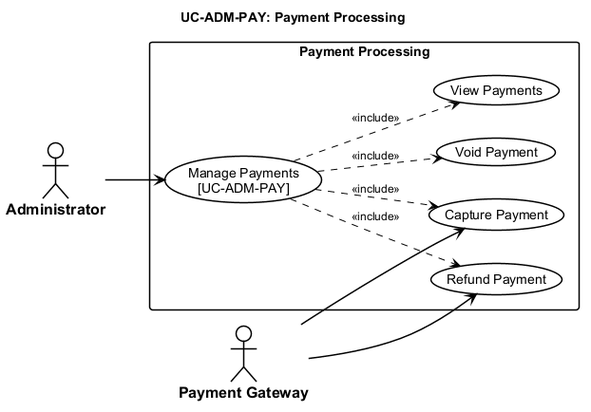
The PlantUML diagram thesis/figures/chapters/part2/ch2-design/02-use-cases/diagrams/P2S2.2.2_usecase-admin-payment-processing.png in qingfa-dev/ReSys.Shop, before a commit.
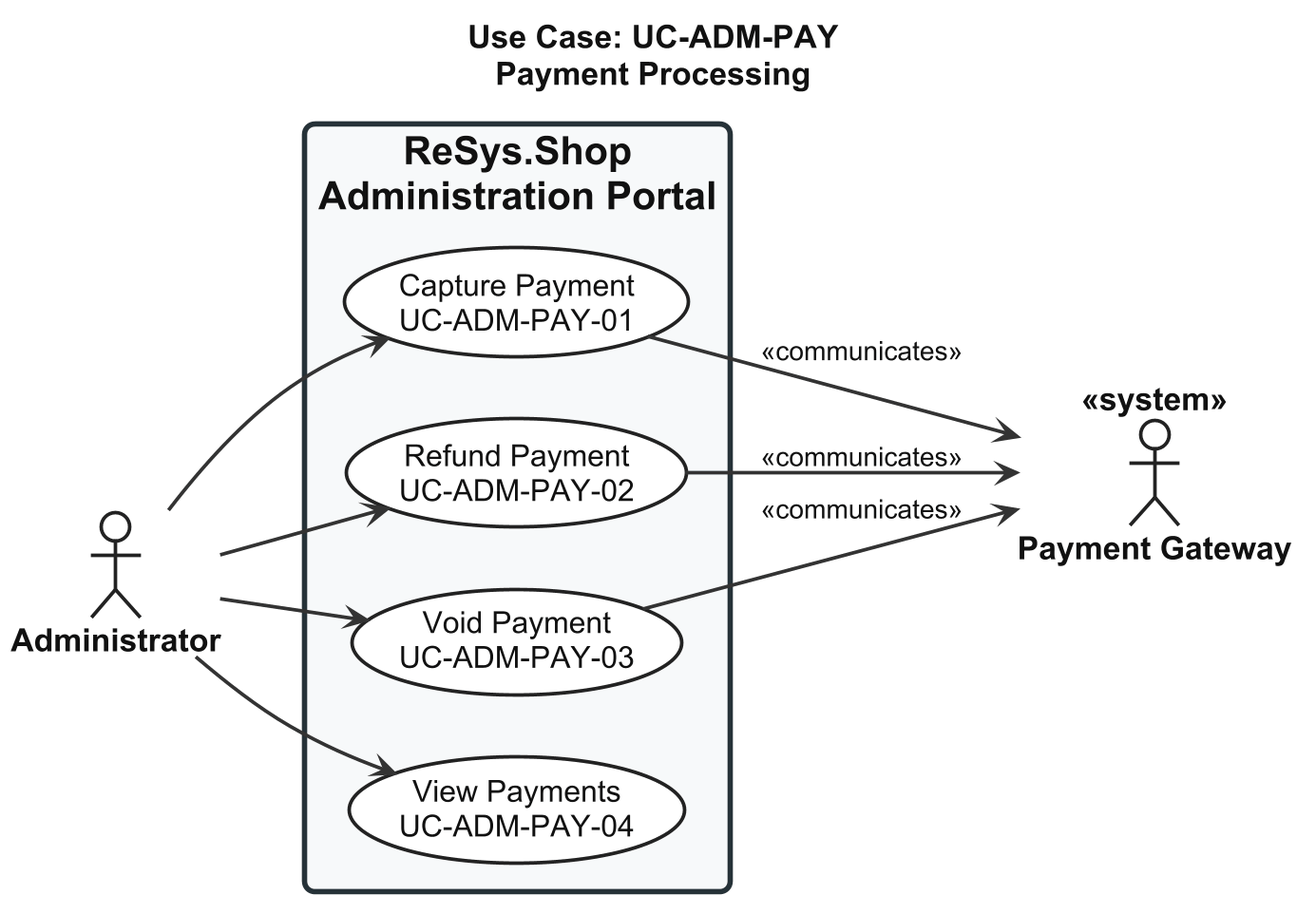
Above is the later version.

The edit, as a diff of the source:
```diff
@@ -1,58 +1,85 @@
 @startuml usecase-admin-payment-processing
+
 left to right direction
 
+skinparam shadowing false
+skinparam dpi 180
+
 <style>
-  root {
-    FontName "Arial"
-    FontSize 14
-    Shadowing 0
-  }
-  actor {
-    BackGroundColor #FFFFFF
-    LineColor #000000
-    LineThickness 1.5
-    FontColor #000000
-    FontStyle bold
-    FontSize 16
-  }
-  usecase {
-    BackGroundColor #FFFFFF
-    LineColor #000000
-    LineThickness 1.5
-    FontColor #000000
-  }
-  rectangle {
-    BackGroundColor #FFFFFF
-    LineColor #000000
-    LineThickness 1.5
-    FontStyle bold
-  }
-  arrow {
-    LineColor #000000
-    LineThickness 1.5
-    FontSize 12
-  }
+
+root {
+  FontName "Arial"
+  FontSize 18
+  FontColor #111111
+}
+
+actor {
+  FontName "Arial"
+  FontSize 18
+  FontStyle bold
+  FontColor #111111
+  BackgroundColor #FFFFFF
+  LineColor #222222
+  LineThickness 2
+}
+
+usecase {
+  FontName "Arial"
+  FontSize 17
+  FontColor #111111
+  FontStyle plain
+  BackgroundColor #FFFFFF
+  LineColor #222222
+  LineThickness 2
+  Padding 18
+}
+
+rectangle {
+  FontName "Arial"
+  FontSize 22
+  FontStyle bold
+  FontColor #111111
+  BackgroundColor #F7F9FA
+  LineColor #263238
+  LineThickness 3
+  RoundCorner 12
+  Padding 30
+}
+
+arrow {
+  FontName "Arial"
+  FontSize 15
+  FontColor #111111
+  LineColor #333333
+  LineThickness 2
+}
+
 </style>
-title UC-ADM-PAY: Payment Processing
+
+title Use Case: UC-ADM-PAY\nPayment Processing
 
 actor "Administrator" as Admin
-actor "Payment Gateway" as GW
+actor "Payment Gateway" as Gateway <<system>>
 
-rectangle "Payment Processing" {
-  usecase "Manage Payments\n[UC-ADM-PAY]" as UC_MAIN
-  usecase "Capture Payment" as UC_SUB_1
-  usecase "Refund Payment" as UC_SUB_2
-  usecase "Void Payment" as UC_SUB_3
-  usecase "View Payments" as UC_SUB_4
+rectangle "ReSys.Shop\nAdministration Portal" {
 
-  UC_MAIN ..> UC_SUB_1 : <<include>>
-  UC_MAIN ..> UC_SUB_2 : <<include>>
-  UC_MAIN ..> UC_SUB_3 : <<include>>
-  UC_MAIN ..> UC_SUB_4 : <<include>>
+  usecase "Capture Payment\nUC-ADM-PAY-01" as UC_CAPTURE
+
+  usecase "Refund Payment\nUC-ADM-PAY-02" as UC_REFUND
+
+  usecase "Void Payment\nUC-ADM-PAY-03" as UC_VOID
+
+  usecase "View Payments\nUC-ADM-PAY-04" as UC_VIEW
+
 }
 
-Admin --> UC_MAIN
-GW --> UC_SUB_1
-GW --> UC_SUB_2
+Admin --> UC_CAPTURE
+Admin --> UC_REFUND
+Admin --> UC_VOID
+Admin --> UC_VIEW
+
+UC_CAPTURE --> Gateway : <<communicates>>
+UC_REFUND --> Gateway : <<communicates>>
+UC_VOID --> Gateway : <<communicates>>
 
 @enduml
```
